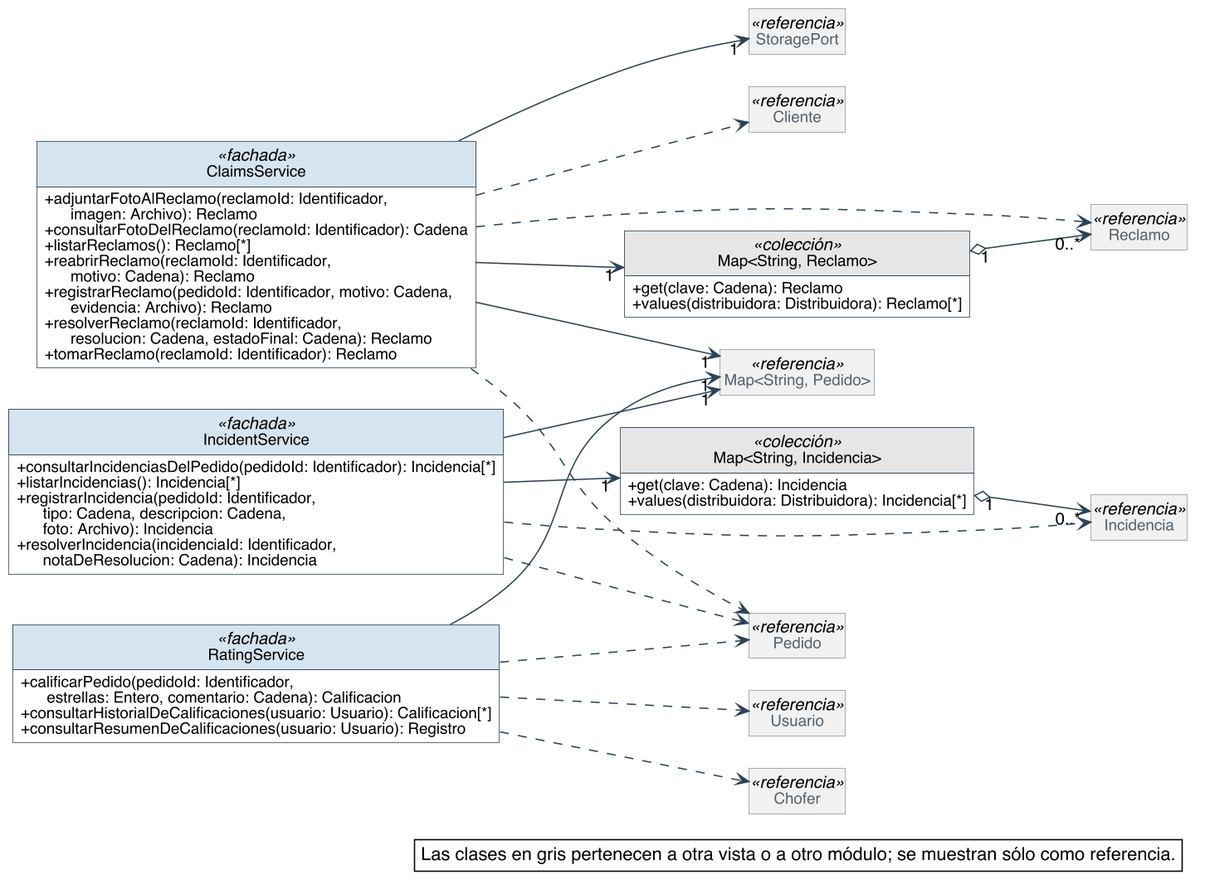
Nahuelito-Dev/splg-docs keeps this PlantUML diagram as diagramas/clases-diseno/DC_Mod_Posventa.png. Above is the earlier version.
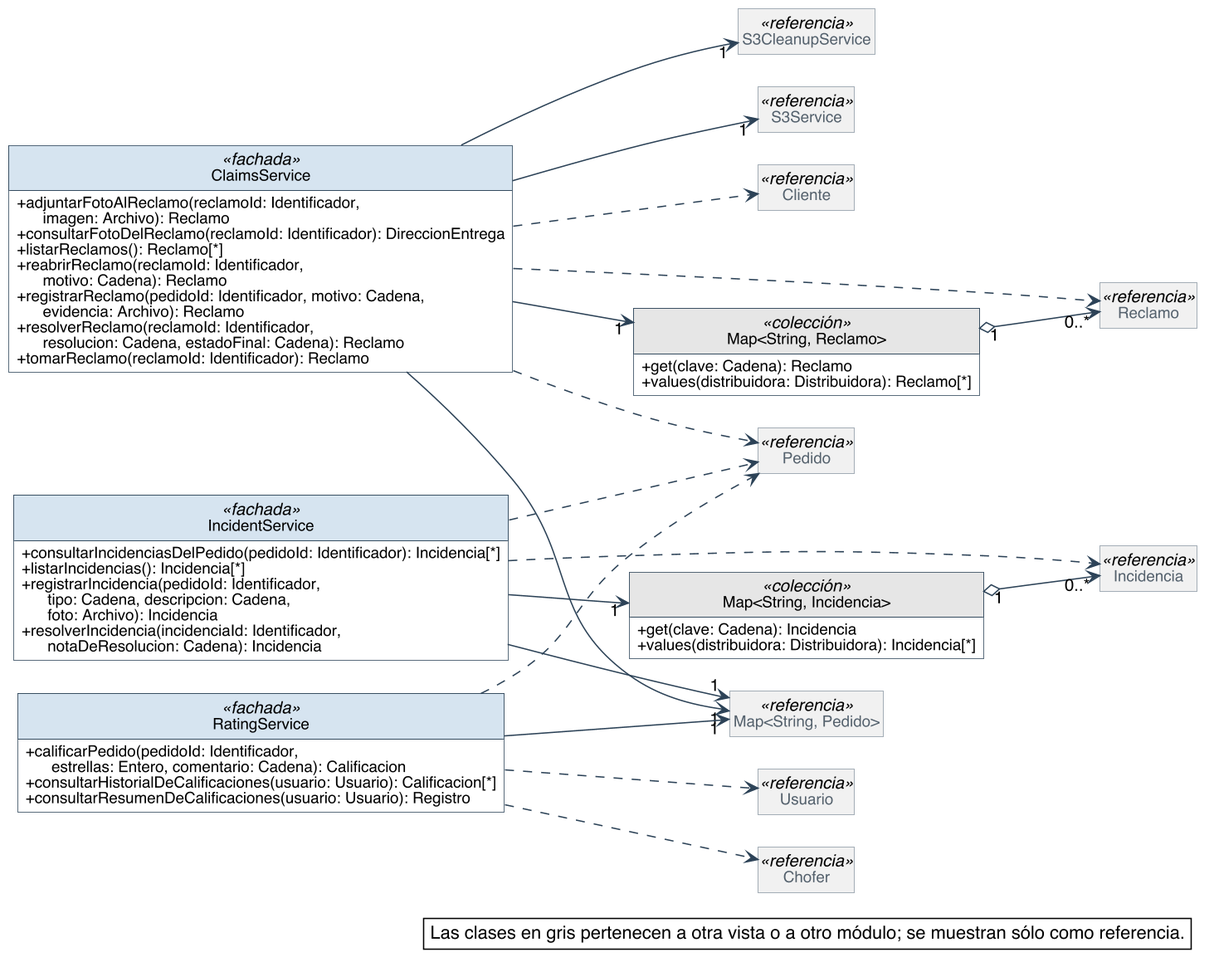
Above is the later version.

The edit, as a diff of the source:
```diff
@@ -62,7 +62,7 @@
 skinparam ranksep 90
 class ClaimsService <<fachada>> {
   + adjuntarFotoAlReclamo(reclamoId: Identificador,\n      imagen: Archivo): Reclamo
-  + consultarFotoDelReclamo(reclamoId: Identificador): Cadena
+  + consultarFotoDelReclamo(reclamoId: Identificador): DireccionEntrega
   + listarReclamos(): Reclamo[*]
   + reabrirReclamo(reclamoId: Identificador,\n      motivo: Cadena): Reclamo
   + registrarReclamo(pedidoId: Identificador, motivo: Cadena,\n      evidencia: Archivo): Reclamo
@@ -91,17 +91,19 @@
 class Reclamo <<referencia>>
 class Incidencia <<referencia>>
 class "Map<String, Pedido>" as Map_String_Pedido <<referencia>>
-class StoragePort <<referencia>>
+class S3CleanupService <<referencia>>
+class S3Service <<referencia>>
+class Cliente <<referencia>>
+class Pedido <<referencia>>
+class Chofer <<referencia>>
 class Usuario <<referencia>>
-class Pedido <<referencia>>
-class Cliente <<referencia>>
-class Chofer <<referencia>>
 
 Map_String_Reclamo "1" o--> "0..*" Reclamo
 Map_String_Incidencia "1" o--> "0..*" Incidencia
 ClaimsService --> "1" Map_String_Pedido
 ClaimsService --> "1" Map_String_Reclamo
-ClaimsService --> "1" StoragePort
+ClaimsService --> "1" S3CleanupService
+ClaimsService --> "1" S3Service
 IncidentService --> "1" Map_String_Incidencia
 IncidentService --> "1" Map_String_Pedido
 RatingService --> "1" Map_String_Pedido
```
